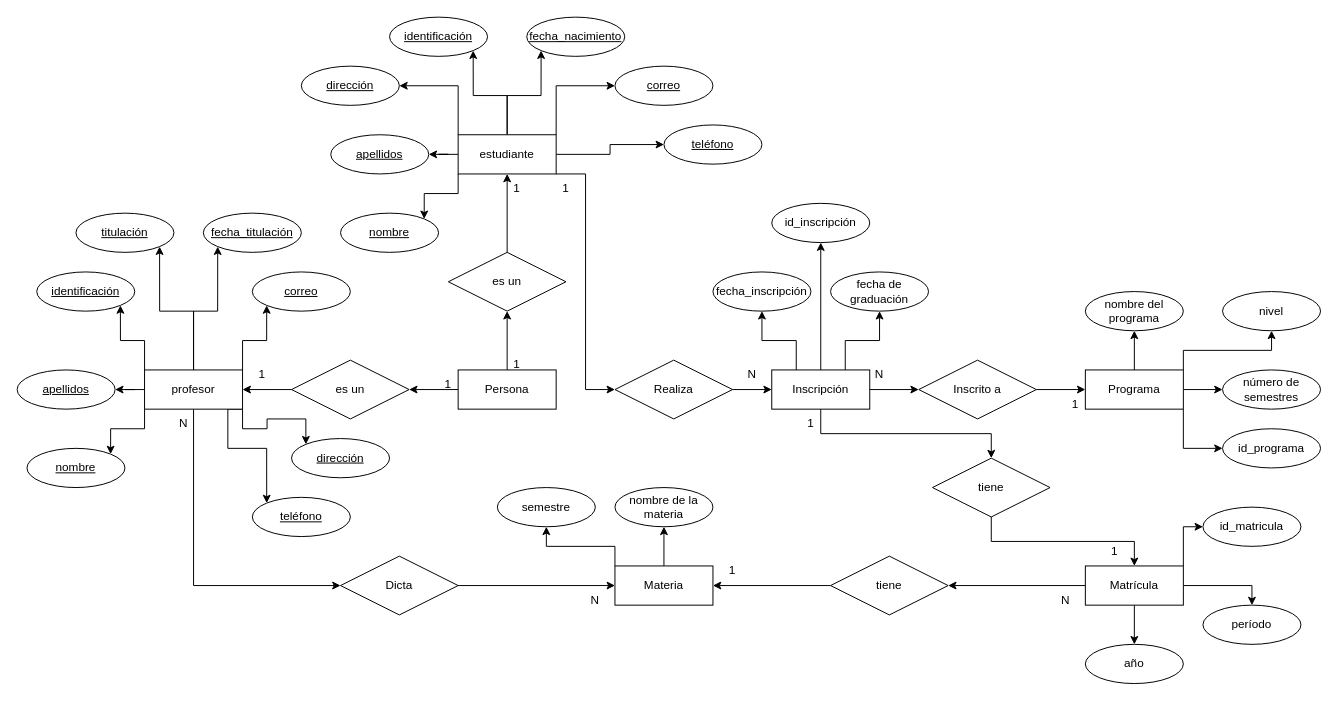
This is Diagrama sin título.drawio from Mauriciom20/Tri2-Instru-Hugo, a draw.io file, before an edit. Source tidied: cells renumbered, new cells numbered last; positions are measured from the earlier drawing's top-left corner, leaving out a move shared by most shapes. Both pictures are drawn from the tidied source at 98%, with x=0, y=0 at pixel (17, 17).
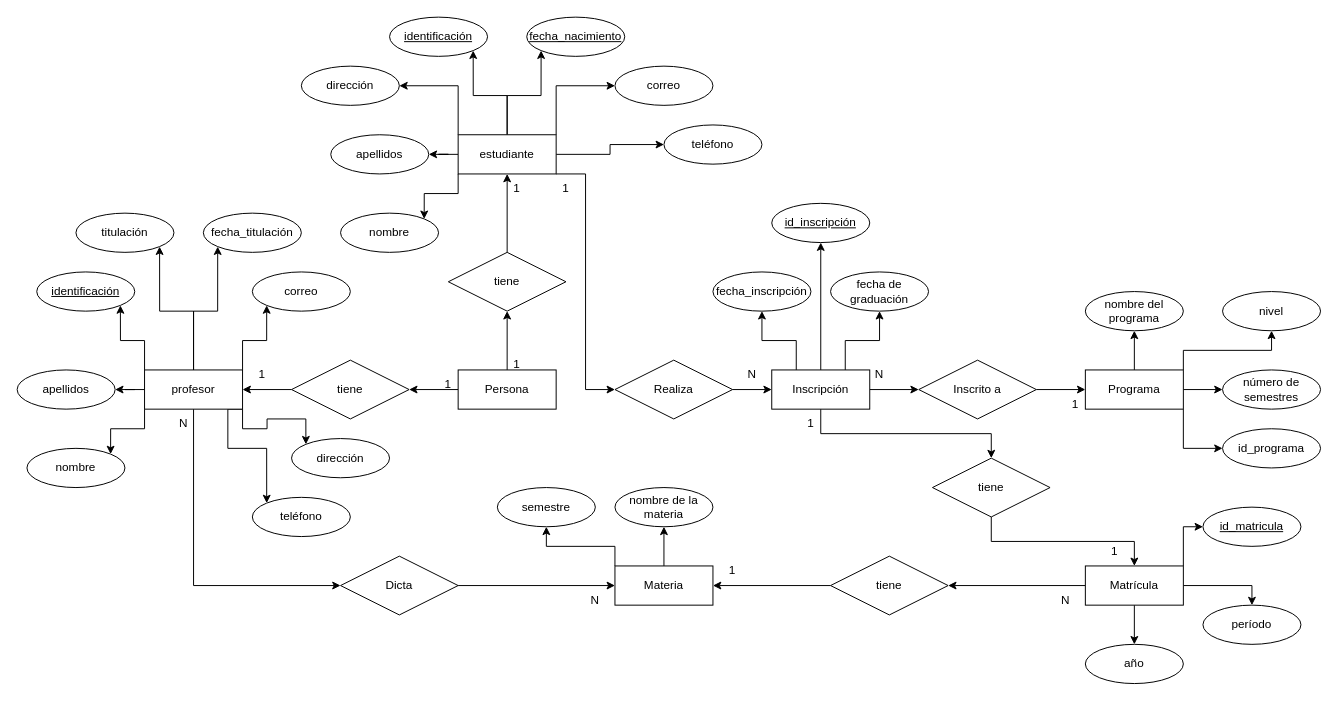
Above is the later version.

Diff of the diagram source:
```diff
@@
-    <mxCell id="45" value="correo" style="ellipse;whiteSpace=wrap;html=1;align=center;fontStyle=4;" parent="1" vertex="1">
+    <mxCell id="45" value="correo" style="ellipse;whiteSpace=wrap;html=1;align=center;" parent="1" vertex="1">
       <mxGeometry x="610" y="50" width="100" height="40" as="geometry" />
     </mxCell>
-    <mxCell id="46" value="teléfono" style="ellipse;whiteSpace=wrap;html=1;align=center;fontStyle=4;" parent="1" vertex="1">
+    <mxCell id="46" value="teléfono" style="ellipse;whiteSpace=wrap;html=1;align=center;" parent="1" vertex="1">
       <mxGeometry x="660" y="110" width="100" height="40" as="geometry" />
     </mxCell>
@@
-    <mxCell id="48" value="apellidos" style="ellipse;whiteSpace=wrap;html=1;align=center;fontStyle=4;" parent="1" vertex="1">
+    <mxCell id="48" value="apellidos" style="ellipse;whiteSpace=wrap;html=1;align=center;" parent="1" vertex="1">
       <mxGeometry x="320" y="120" width="100" height="40" as="geometry" />
     </mxCell>
-    <mxCell id="49" value="nombre" style="ellipse;whiteSpace=wrap;html=1;align=center;fontStyle=4;" parent="1" vertex="1">
+    <mxCell id="49" value="nombre" style="ellipse;whiteSpace=wrap;html=1;align=center;" parent="1" vertex="1">
       <mxGeometry x="330" y="200" width="100" height="40" as="geometry" />
     </mxCell>
-    <mxCell id="50" value="dirección" style="ellipse;whiteSpace=wrap;html=1;align=center;fontStyle=4;" parent="1" vertex="1">
+    <mxCell id="50" value="dirección" style="ellipse;whiteSpace=wrap;html=1;align=center;" parent="1" vertex="1">
       <mxGeometry x="290" y="50" width="100" height="40" as="geometry" />
     </mxCell>
@@
-    <mxCell id="61" value="&lt;div&gt;&lt;span style=&quot;background-color: initial;&quot;&gt;titulación&lt;/span&gt;&lt;br&gt;&lt;/div&gt;" style="ellipse;whiteSpace=wrap;html=1;align=center;fontStyle=4;" parent="1" vertex="1">
+    <mxCell id="61" value="&lt;div&gt;&lt;span style=&quot;background-color: initial;&quot;&gt;titulación&lt;/span&gt;&lt;br&gt;&lt;/div&gt;" style="ellipse;whiteSpace=wrap;html=1;align=center;" parent="1" vertex="1">
       <mxGeometry x="60" y="200" width="100" height="40" as="geometry" />
     </mxCell>
-    <mxCell id="62" value="correo" style="ellipse;whiteSpace=wrap;html=1;align=center;fontStyle=4;" parent="1" vertex="1">
+    <mxCell id="62" value="correo" style="ellipse;whiteSpace=wrap;html=1;align=center;" parent="1" vertex="1">
       <mxGeometry x="240" y="260" width="100" height="40" as="geometry" />
     </mxCell>
-    <mxCell id="63" value="teléfono" style="ellipse;whiteSpace=wrap;html=1;align=center;fontStyle=4;" parent="1" vertex="1">
+    <mxCell id="63" value="teléfono" style="ellipse;whiteSpace=wrap;html=1;align=center;" parent="1" vertex="1">
       <mxGeometry x="240" y="490" width="100" height="40" as="geometry" />
     </mxCell>
@@
-    <mxCell id="65" value="apellidos" style="ellipse;whiteSpace=wrap;html=1;align=center;fontStyle=4;" parent="1" vertex="1">
+    <mxCell id="65" value="apellidos" style="ellipse;whiteSpace=wrap;html=1;align=center;" parent="1" vertex="1">
       <mxGeometry y="360" width="100" height="40" as="geometry" />
     </mxCell>
-    <mxCell id="66" value="nombre" style="ellipse;whiteSpace=wrap;html=1;align=center;fontStyle=4;" parent="1" vertex="1">
+    <mxCell id="66" value="nombre" style="ellipse;whiteSpace=wrap;html=1;align=center;" parent="1" vertex="1">
       <mxGeometry x="10" y="440" width="100" height="40" as="geometry" />
     </mxCell>
-    <mxCell id="67" value="dirección" style="ellipse;whiteSpace=wrap;html=1;align=center;fontStyle=4;" parent="1" vertex="1">
+    <mxCell id="67" value="dirección" style="ellipse;whiteSpace=wrap;html=1;align=center;" parent="1" vertex="1">
       <mxGeometry x="280" y="430" width="100" height="40" as="geometry" />
     </mxCell>
-    <mxCell id="68" value="fecha_titulación" style="ellipse;whiteSpace=wrap;html=1;align=center;fontStyle=4;" parent="1" vertex="1">
+    <mxCell id="68" value="fecha_titulación" style="ellipse;whiteSpace=wrap;html=1;align=center;" parent="1" vertex="1">
       <mxGeometry x="190" y="200" width="100" height="40" as="geometry" />
     </mxCell>
@@
-    <mxCell id="76" value="es un" style="shape=rhombus;perimeter=rhombusPerimeter;whiteSpace=wrap;html=1;align=center;" parent="1" vertex="1">
+    <mxCell id="76" value="tiene" style="shape=rhombus;perimeter=rhombusPerimeter;whiteSpace=wrap;html=1;align=center;" parent="1" vertex="1">
       <mxGeometry x="440" y="240" width="120" height="60" as="geometry" />
     </mxCell>
@@
-    <mxCell id="78" value="es un" style="shape=rhombus;perimeter=rhombusPerimeter;whiteSpace=wrap;html=1;align=center;" parent="1" vertex="1">
+    <mxCell id="78" value="tiene" style="shape=rhombus;perimeter=rhombusPerimeter;whiteSpace=wrap;html=1;align=center;" parent="1" vertex="1">
       <mxGeometry x="280" y="350" width="120" height="60" as="geometry" />
     </mxCell>
@@
-    <mxCell id="82" value="id_inscripción" style="ellipse;whiteSpace=wrap;html=1;align=center;" parent="1" vertex="1">
+    <mxCell id="82" value="id_inscripción" style="ellipse;whiteSpace=wrap;html=1;align=center;fontStyle=4;" parent="1" vertex="1">
       <mxGeometry x="770" y="190" width="100" height="40" as="geometry" />
     </mxCell>
@@
-    <mxCell id="84" value="id_matricula" style="ellipse;whiteSpace=wrap;html=1;align=center;" parent="1" vertex="1">
+    <mxCell id="84" value="id_matricula" style="ellipse;whiteSpace=wrap;html=1;align=center;fontStyle=4;" parent="1" vertex="1">
       <mxGeometry x="1210" y="500" width="100" height="40" as="geometry" />
     </mxCell>
```
